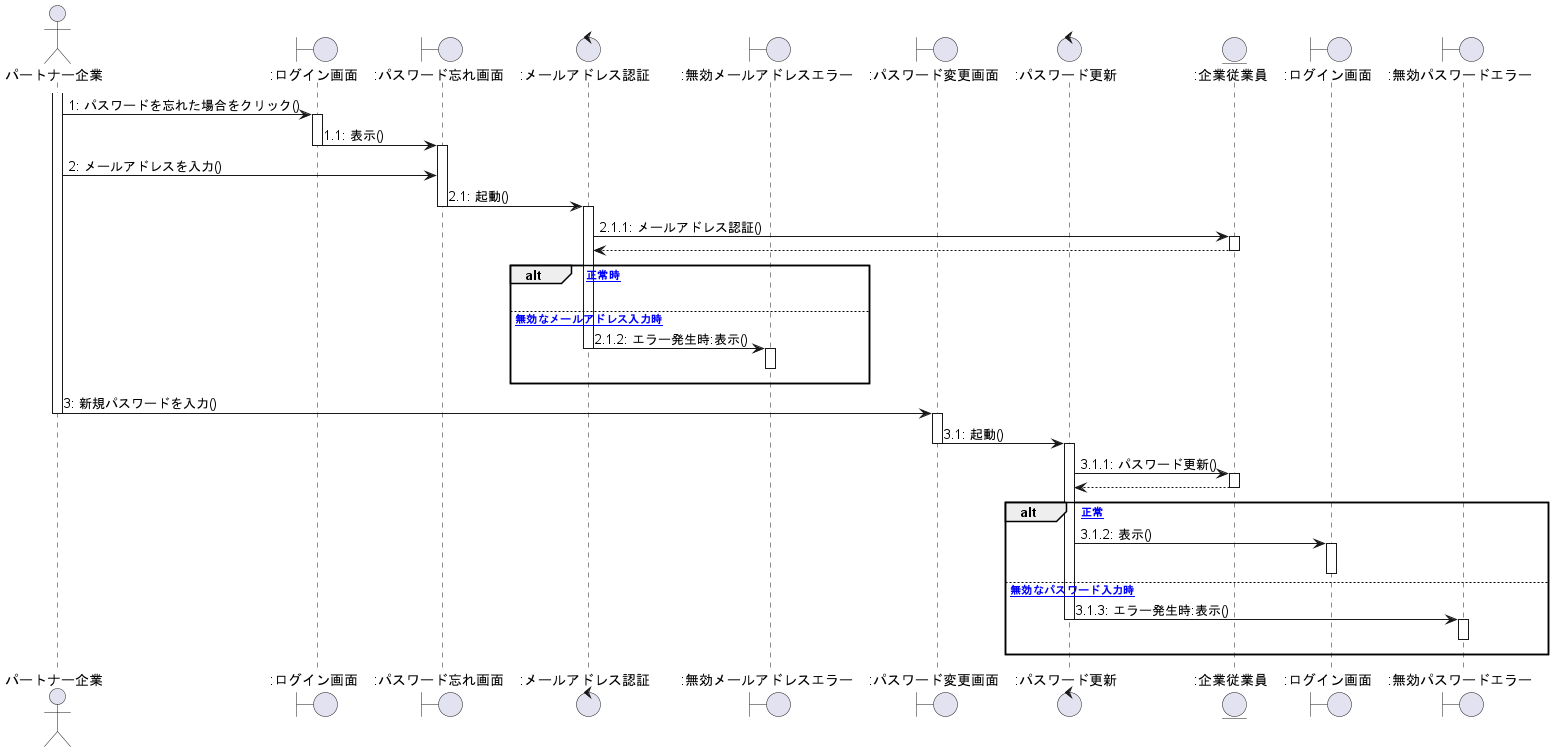
Earlier version of the PlantUML export out/client_sequence/パスワード変更.png (ksw2270227/GroupF). Source of this version:
```plantuml
@startuml パスワード変更

actor パートナー企業 as 0
Boundary ":ログイン画面" as a
Boundary ":パスワード忘れ画面" as b
Control ":メールアドレス認証" as c
Boundary ":無効メールアドレスエラー" as h
Boundary ":パスワード変更画面" as d
Control ":パスワード更新" as e
Entity ":企業従業員" as en
Boundary ":ログイン画面" as f
Boundary ":無効パスワードエラー" as g


activate 0
0 -> a : 1: パスワードを忘れた場合をクリック()

activate a
a -> b : 1.1: 表示()
deactivate a
activate b


0 -> b : 2: メールアドレスを入力()

b -> c : 2.1: 起動()
deactivate b

activate c
c -> en : 2.1.1: メールアドレス認証()
activate en
en --> c
deactivate en

alt [正常時]
h -[hidden]-> h

else [無効なメールアドレス入力時]
c -> h : 2.1.2: エラー発生時:表示()
deactivate c
activate h
h -[hidden]-> h
deactivate h
end


0 -> d  : 3: 新規パスワードを入力()
deactivate 0

activate d
d -> e : 3.1: 起動()
deactivate d
activate e

e -> en : 3.1.1: パスワード更新()
activate en
en --> e
deactivate en

alt [正常]
e -> f : 3.1.2: 表示()
activate f
deactivate f
deactivate g

else [無効なパスワード入力時]
e -> g : 3.1.3: エラー発生時:表示()
deactivate e
activate g
g -[hidden]-> g
deactivate g

end

@enduml
```
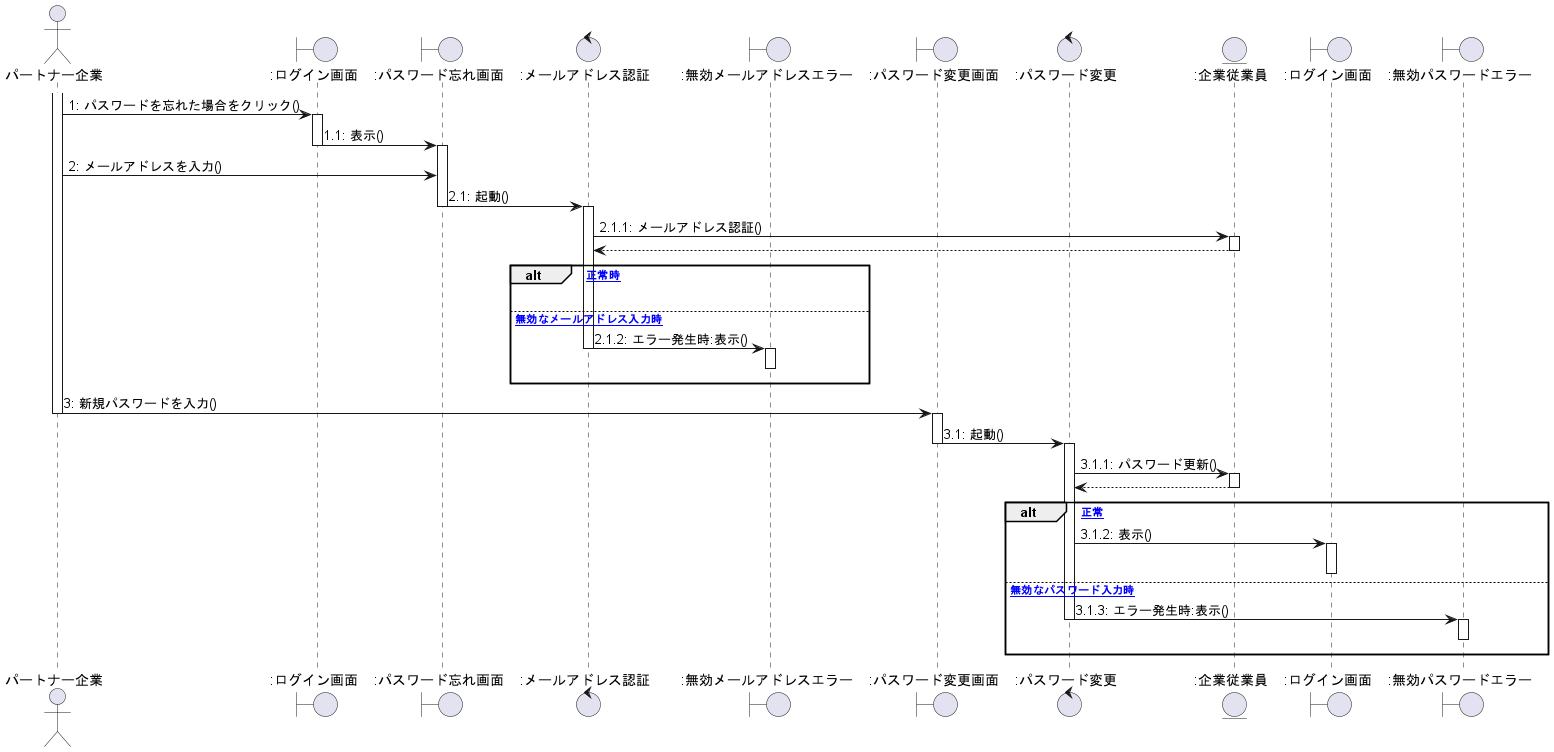
After the commit.

What changed in the source:
```diff
@@ -6,7 +6,7 @@
 Control ":メールアドレス認証" as c
 Boundary ":無効メールアドレスエラー" as h
 Boundary ":パスワード変更画面" as d
-Control ":パスワード更新" as e
+Control ":パスワード変更" as e
 Entity ":企業従業員" as en
 Boundary ":ログイン画面" as f
 Boundary ":無効パスワードエラー" as g
```
